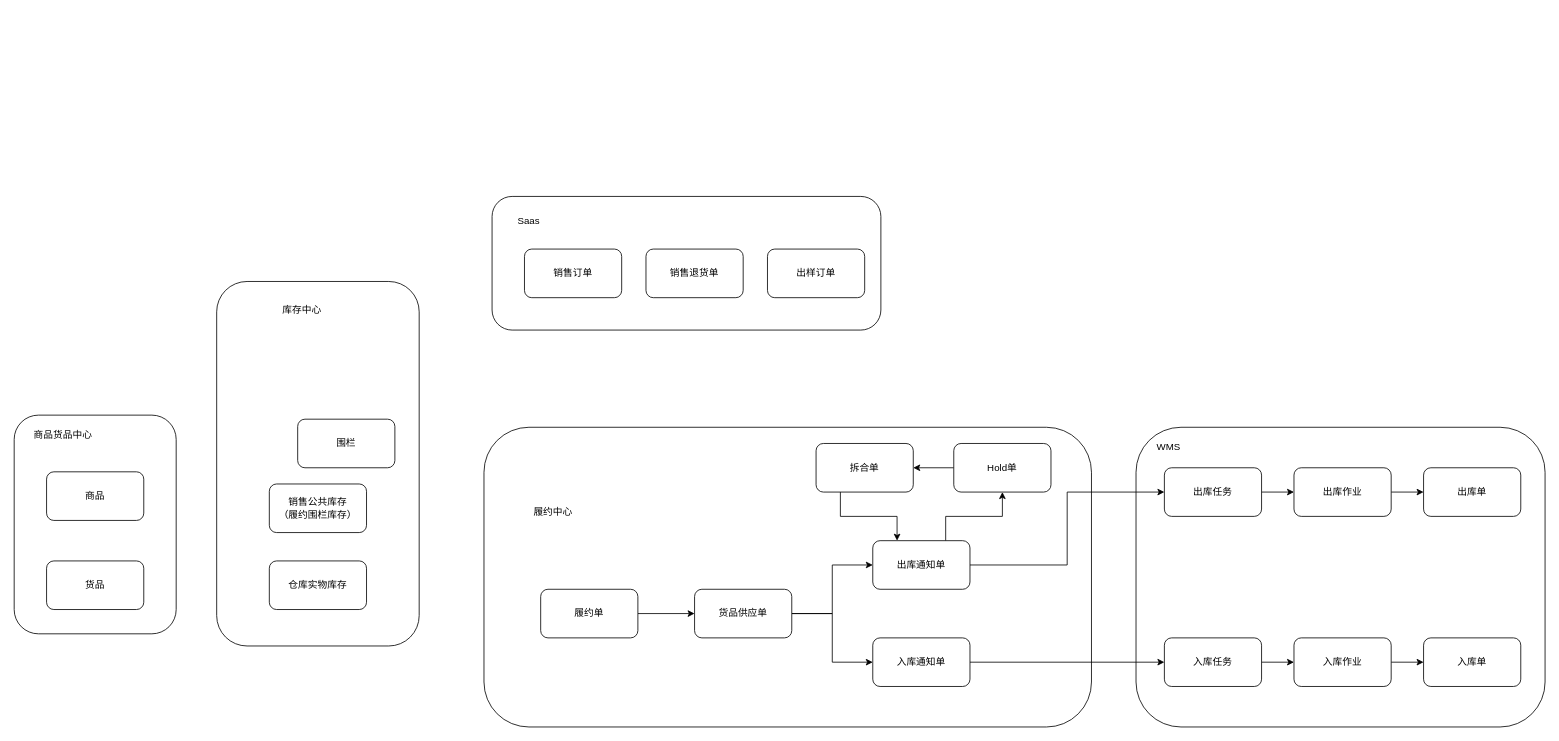
The draw.io diagram draw.io/全渠道供应技术方案.drawio in zzqfsy/zzqfsy.github.io, before the edit. Source tidied: cells renumbered, new cells numbered last; positions are measured from the earlier drawing's top-left corner, leaving out a move shared by most shapes. Both pictures are drawn from the tidied source at 81%, with x=0, y=0 at pixel (14, 196).
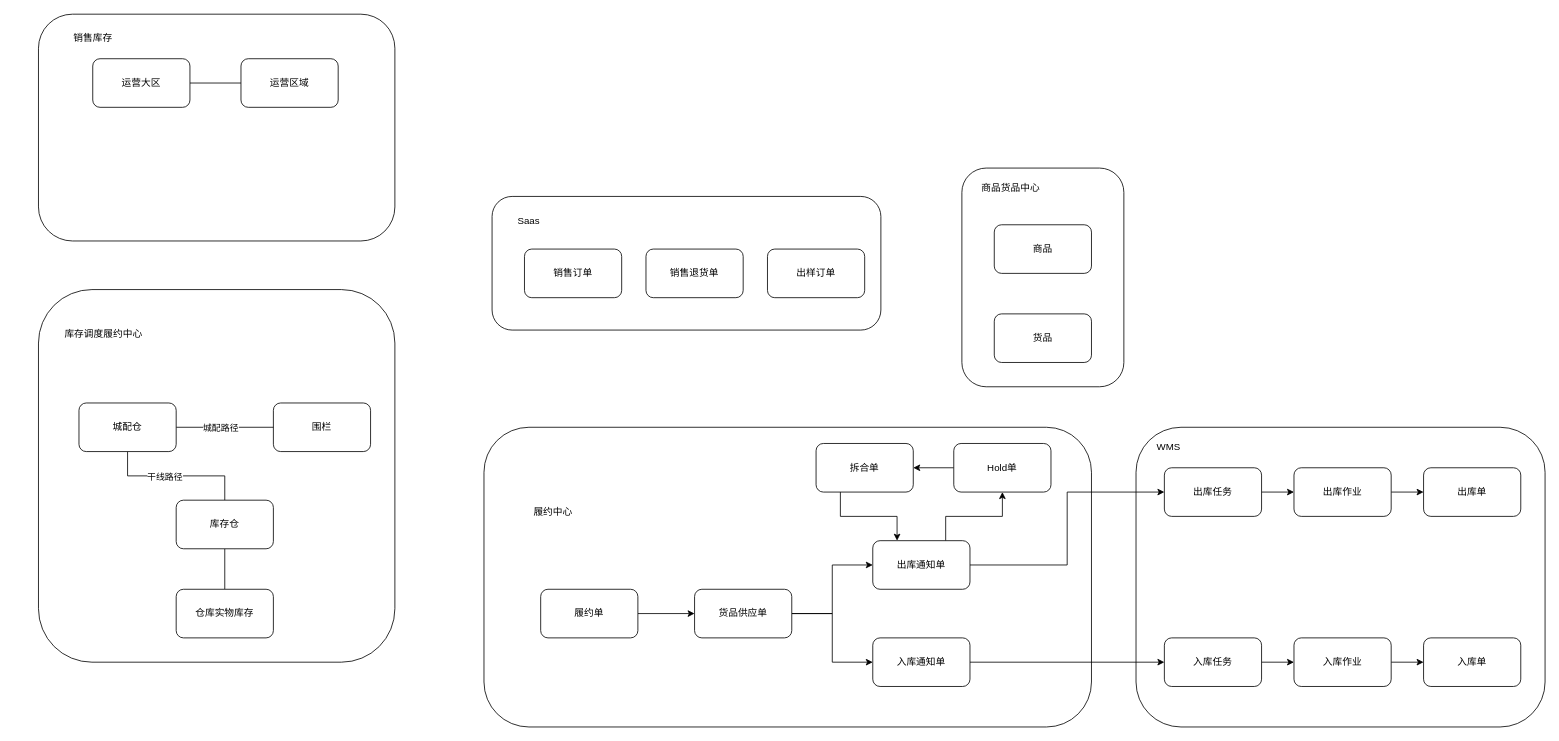
Above is the later version.

Commit message (it also covers changes not shown here):
更新全渠道供应技术方案.drawio

Diff of the diagram source:
```diff
@@
+    <mxCell id="44" style="rounded=1;whiteSpace=wrap;html=1;" parent="1" vertex="1">
+      <mxGeometry x="30" y="-225" width="440" height="280" as="geometry" />
+    </mxCell>
     <mxCell id="2" style="rounded=1;whiteSpace=wrap;html=1;" parent="1" vertex="1">
-      <mxGeometry x="250" y="105" width="250" height="450" as="geometry" />
+      <mxGeometry x="30" y="115" width="440" height="460" as="geometry" />
     </mxCell>
     <mxCell id="3" style="rounded=1;whiteSpace=wrap;html=1;" parent="1" vertex="1">
-      <mxGeometry y="270" width="200" height="270" as="geometry" />
+      <mxGeometry x="1170" y="-35" width="200" height="270" as="geometry" />
     </mxCell>
@@
     <mxCell id="33" value="商品" style="rounded=1;whiteSpace=wrap;html=1;" parent="1" vertex="1">
-      <mxGeometry x="40" y="340" width="120" height="60" as="geometry" />
+      <mxGeometry x="1210" y="35" width="120" height="60" as="geometry" />
     </mxCell>
     <mxCell id="34" value="货品" style="rounded=1;whiteSpace=wrap;html=1;" parent="1" vertex="1">
-      <mxGeometry x="40" y="450" width="120" height="60" as="geometry" />
+      <mxGeometry x="1210" y="145" width="120" height="60" as="geometry" />
     </mxCell>
+    <mxCell id="45" style="edgeStyle=orthogonalEdgeStyle;rounded=0;jettySize=auto;html=1;exitX=0.5;exitY=0;exitDx=0;exitDy=0;entryX=0.5;entryY=1;entryDx=0;entryDy=0;endArrow=none;endFill=0;" parent="1" edge="1" source="35" target="48">
+      <mxGeometry relative="1" as="geometry" />
+    </mxCell>
     <mxCell id="35" value="仓库实物库存" style="rounded=1;whiteSpace=wrap;html=1;" parent="1" vertex="1">
-      <mxGeometry x="315" y="450" width="120" height="60" as="geometry" />
+      <mxGeometry x="200" y="485" width="120" height="60" as="geometry" />
     </mxCell>
-    <mxCell id="36" value="销售公共库存&lt;br&gt;（履约围栏库存）" style="rounded=1;whiteSpace=wrap;html=1;" parent="1" vertex="1">
-      <mxGeometry x="315" y="355" width="120" height="60" as="geometry" />
-    </mxCell>
@@
     <mxCell id="41" value="商品货品中心" style="text;html=1;align=center;verticalAlign=middle;strokeColor=none;fillColor=none;" parent="1" vertex="1">
-      <mxGeometry x="10" y="280" width="100" height="30" as="geometry" />
+      <mxGeometry x="1180" y="-25" width="100" height="30" as="geometry" />
     </mxCell>
-    <mxCell id="42" value="库存中心" style="text;html=1;align=center;verticalAlign=middle;strokeColor=none;fillColor=none;" parent="1" vertex="1">
-      <mxGeometry x="320" y="125" width="70" height="30" as="geometry" />
+    <mxCell id="42" value="库存调度履约中心" style="text;html=1;align=center;verticalAlign=middle;strokeColor=none;fillColor=none;" parent="1" vertex="1">
+      <mxGeometry x="50" y="155" width="120" height="30" as="geometry" />
     </mxCell>
     <mxCell id="43" value="围栏" style="rounded=1;whiteSpace=wrap;html=1;" parent="1" vertex="1">
-      <mxGeometry x="350" y="275" width="120" height="60" as="geometry" />
+      <mxGeometry x="320" y="255" width="120" height="60" as="geometry" />
     </mxCell>
+    <mxCell id="46" style="edgeStyle=orthogonalEdgeStyle;rounded=0;jettySize=auto;html=1;exitX=0.5;exitY=0;exitDx=0;exitDy=0;endArrow=none;endFill=0;" parent="1" edge="1" source="48" target="51">
+      <mxGeometry relative="1" as="geometry" />
+    </mxCell>
+    <mxCell id="47" value="干线路径" style="edgeLabel;html=1;align=center;verticalAlign=middle;" parent="46" vertex="1">
+      <mxGeometry x="0.18" y="1" relative="1" as="geometry">
+        <mxPoint x="1" as="offset" />
+      </mxGeometry>
+    </mxCell>
+    <mxCell id="48" value="库存仓" style="rounded=1;whiteSpace=wrap;html=1;" parent="1" vertex="1">
+      <mxGeometry x="200" y="375" width="120" height="60" as="geometry" />
+    </mxCell>
+    <mxCell id="49" style="edgeStyle=orthogonalEdgeStyle;rounded=0;jettySize=auto;html=1;exitX=1;exitY=0.5;exitDx=0;exitDy=0;endArrow=none;endFill=0;" parent="1" edge="1" source="51" target="43">
+      <mxGeometry relative="1" as="geometry" />
+    </mxCell>
+    <mxCell id="50" value="城配路径" style="edgeLabel;html=1;align=center;verticalAlign=middle;" parent="49" vertex="1">
+      <mxGeometry x="-0.26" y="-1" relative="1" as="geometry">
+        <mxPoint x="10" y="-1" as="offset" />
+      </mxGeometry>
+    </mxCell>
+    <mxCell id="51" value="城配仓" style="rounded=1;whiteSpace=wrap;html=1;" parent="1" vertex="1">
+      <mxGeometry x="80" y="255" width="120" height="60" as="geometry" />
+    </mxCell>
+    <mxCell id="52" style="edgeStyle=orthogonalEdgeStyle;rounded=0;jettySize=auto;html=1;exitX=1;exitY=0.5;exitDx=0;exitDy=0;endArrow=none;endFill=0;" parent="1" edge="1" source="53" target="54">
+      <mxGeometry relative="1" as="geometry" />
+    </mxCell>
+    <mxCell id="53" value="运营大区" style="rounded=1;whiteSpace=wrap;html=1;" parent="1" vertex="1">
+      <mxGeometry x="97" y="-170" width="120" height="60" as="geometry" />
+    </mxCell>
+    <mxCell id="54" value="运营区域" style="rounded=1;whiteSpace=wrap;html=1;" parent="1" vertex="1">
+      <mxGeometry x="280" y="-170" width="120" height="60" as="geometry" />
+    </mxCell>
+    <mxCell id="55" value="销售库存" style="text;html=1;align=center;verticalAlign=middle;strokeColor=none;fillColor=none;" parent="1" vertex="1">
+      <mxGeometry x="62" y="-210" width="70" height="30" as="geometry" />
+    </mxCell>
```
